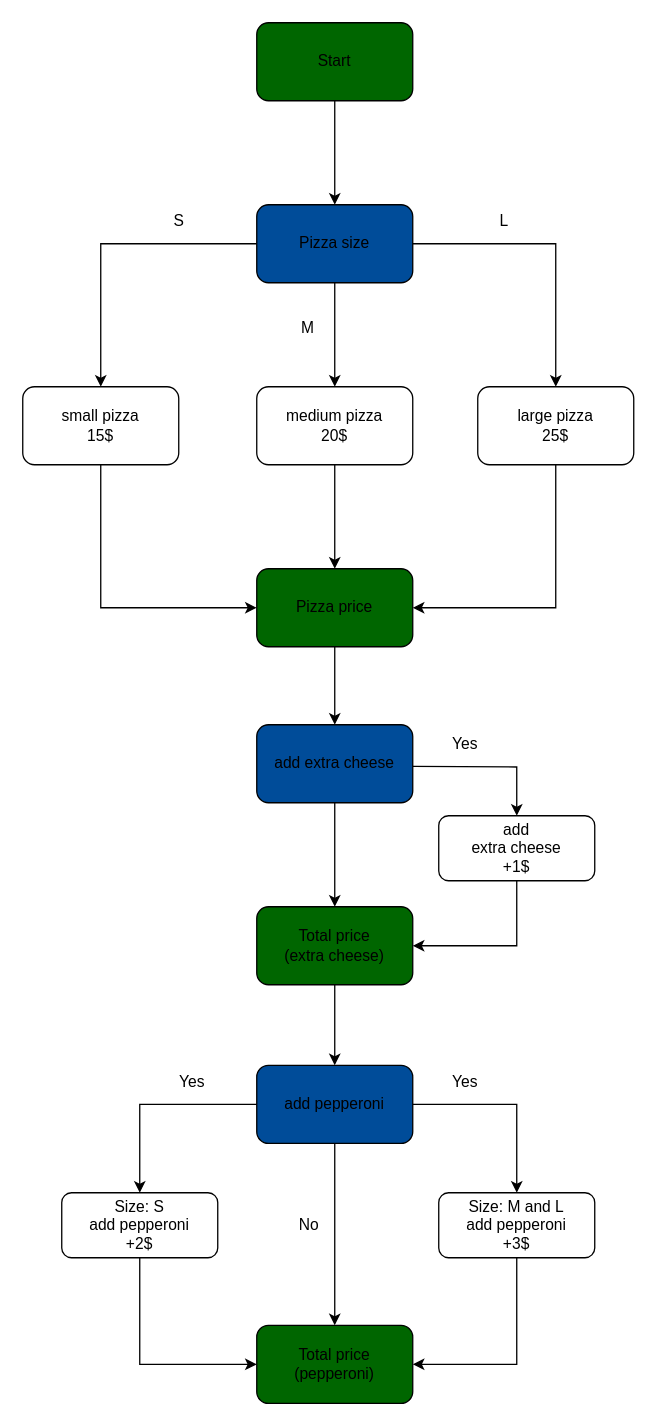
This is pizza_order_Diagram.drawio from emiliomorles/diagrams.net, a draw.io file, before an edit. Source tidied: cells renumbered, new cells numbered last; positions are measured from the earlier drawing's top-left corner, leaving out a move shared by most shapes. Both pictures are drawn from the tidied source at 130%, with x=0, y=0 at pixel (22, 22).
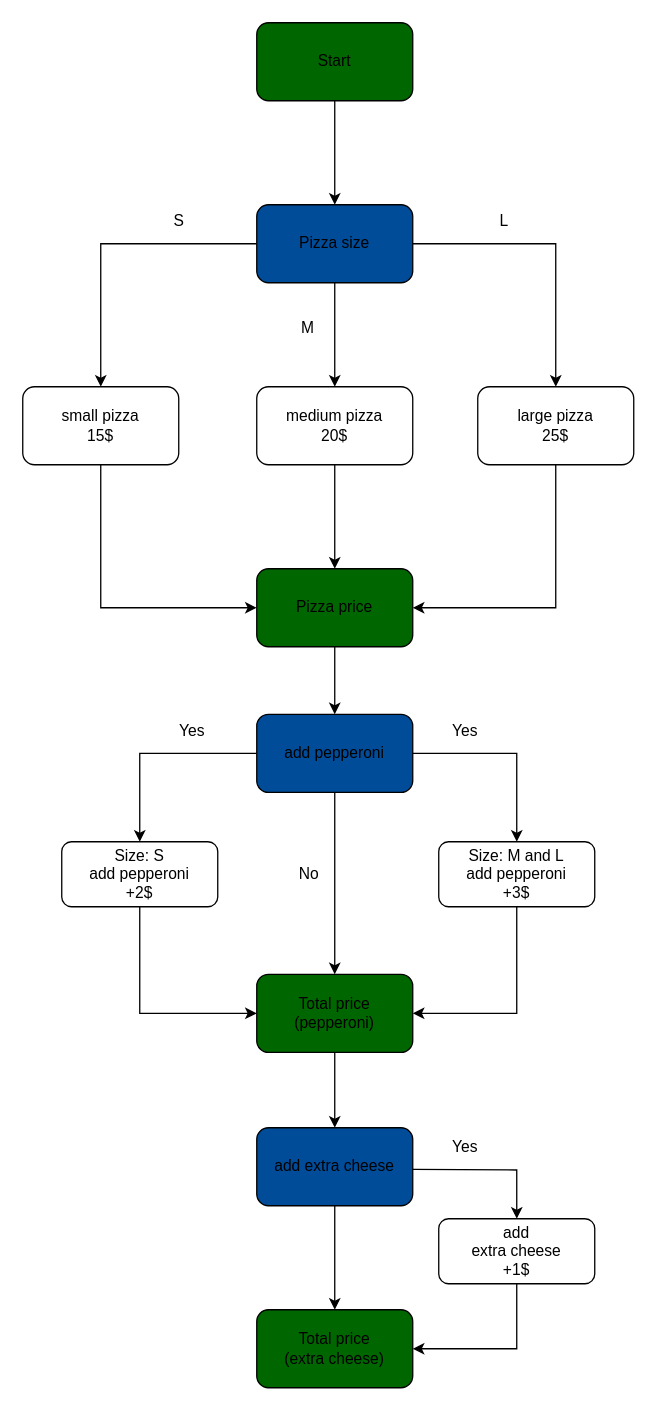
Above is the later version.

The change refers to these unchanged cells:
```xml
<mxCell id="15" value="Pizza price" style="whiteSpace=wrap;html=1;rounded=1;fillColor=#006600;" parent="1" vertex="1">
  <mxGeometry x="180" y="420" width="120" height="60" as="geometry" />
</mxCell>
```

Change to the diagram source:
```diff
@@
-    <mxCell id="14" style="edgeStyle=orthogonalEdgeStyle;rounded=0;jettySize=auto;html=1;exitX=0.5;exitY=1;exitDx=0;exitDy=0;entryX=0.5;entryY=0;entryDx=0;entryDy=0;" parent="1" edge="1" source="15" target="32">
-      <mxGeometry relative="1" as="geometry" />
-    </mxCell>
+    <mxCell id="39" style="edgeStyle=orthogonalEdgeStyle;rounded=0;jettySize=auto;html=1;exitX=0.5;exitY=1;exitDx=0;exitDy=0;entryX=0.5;entryY=0;entryDx=0;entryDy=0;" parent="1" edge="1" source="15" target="22">
+      <mxGeometry relative="1" as="geometry" />
+    </mxCell>
@@
+    <mxCell id="31" style="edgeStyle=orthogonalEdgeStyle;rounded=0;jettySize=auto;html=1;" parent="1" edge="1" source="32" target="38">
+      <mxGeometry relative="1" as="geometry" />
+    </mxCell>
+    <mxCell id="32" value="add extra cheese" style="whiteSpace=wrap;html=1;rounded=1;fillColor=#004C99;" parent="1" vertex="1">
+      <mxGeometry x="180" y="850" width="120" height="60" as="geometry" />
+    </mxCell>
+    <mxCell id="33" style="edgeStyle=orthogonalEdgeStyle;rounded=0;jettySize=auto;html=1;" parent="1" edge="1" target="35">
+      <mxGeometry relative="1" as="geometry">
+        <mxPoint x="300" y="882" as="sourcePoint" />
+      </mxGeometry>
+    </mxCell>
+    <mxCell id="34" style="edgeStyle=orthogonalEdgeStyle;rounded=0;jettySize=auto;html=1;exitX=0.5;exitY=1;exitDx=0;exitDy=0;entryX=1;entryY=0.5;entryDx=0;entryDy=0;" parent="1" edge="1" source="35" target="38">
+      <mxGeometry relative="1" as="geometry" />
+    </mxCell>
+    <mxCell id="35" value="add&lt;br&gt;extra cheese&lt;br&gt;+1$" style="whiteSpace=wrap;html=1;rounded=1;" parent="1" vertex="1">
+      <mxGeometry x="320" y="920" width="120" height="50" as="geometry" />
+    </mxCell>
+    <mxCell id="36" value="Yes" style="text;html=1;align=center;verticalAlign=middle;strokeColor=none;fillColor=none;" parent="1" vertex="1">
+      <mxGeometry x="320" y="850" width="40" height="30" as="geometry" />
+    </mxCell>
+    <mxCell id="38" value="Total price&lt;br&gt;(extra cheese)" style="whiteSpace=wrap;html=1;rounded=1;fillColor=#006600;" parent="1" vertex="1">
+      <mxGeometry x="180" y="990" width="120" height="60" as="geometry" />
+    </mxCell>
@@
     <mxCell id="22" value="add pepperoni" style="whiteSpace=wrap;html=1;rounded=1;fillColor=#004C99;" parent="1" vertex="1">
-      <mxGeometry x="180" y="802" width="120" height="60" as="geometry" />
+      <mxGeometry x="180" y="532" width="120" height="60" as="geometry" />
     </mxCell>
@@
     <mxCell id="24" value="Size: M and L&lt;br&gt;add pepperoni&lt;br&gt;+3$" style="whiteSpace=wrap;html=1;rounded=1;" parent="1" vertex="1">
-      <mxGeometry x="320" y="900" width="120" height="50" as="geometry" />
+      <mxGeometry x="320" y="630" width="120" height="50" as="geometry" />
     </mxCell>
-    <mxCell id="25" value="Yes" style="text;html=1;align=center;verticalAlign=middle;strokeColor=none;fillColor=none;" parent="1" vertex="1">
-      <mxGeometry x="320" y="800" width="40" height="30" as="geometry" />
-    </mxCell>
+    <mxCell id="40" value="Yes" style="text;html=1;align=center;verticalAlign=middle;strokeColor=none;fillColor=none;" parent="1" vertex="1">
+      <mxGeometry x="320" y="530" width="40" height="30" as="geometry" />
+    </mxCell>
+    <mxCell id="41" style="edgeStyle=orthogonalEdgeStyle;rounded=0;jettySize=auto;html=1;exitX=0.5;exitY=1;exitDx=0;exitDy=0;entryX=0.5;entryY=0;entryDx=0;entryDy=0;" parent="1" edge="1" source="26" target="32">
+      <mxGeometry relative="1" as="geometry" />
+    </mxCell>
     <mxCell id="26" value="Total price &lt;br&gt;(pepperoni)" style="whiteSpace=wrap;html=1;rounded=1;fillColor=#006600;" parent="1" vertex="1">
-      <mxGeometry x="180" y="1002" width="120" height="60" as="geometry" />
+      <mxGeometry x="180" y="732" width="120" height="60" as="geometry" />
     </mxCell>
     <mxCell id="27" value="No" style="text;html=1;align=center;verticalAlign=middle;strokeColor=none;fillColor=none;" parent="1" vertex="1">
-      <mxGeometry x="200" y="910" width="40" height="30" as="geometry" />
+      <mxGeometry x="200" y="640" width="40" height="30" as="geometry" />
     </mxCell>
@@
     <mxCell id="29" value="Size: S&lt;br&gt;add pepperoni&lt;br&gt;+2$" style="whiteSpace=wrap;html=1;rounded=1;" parent="1" vertex="1">
-      <mxGeometry x="30" y="900" width="120" height="50" as="geometry" />
+      <mxGeometry x="30" y="630" width="120" height="50" as="geometry" />
     </mxCell>
-    <mxCell id="30" value="Yes" style="text;html=1;align=center;verticalAlign=middle;strokeColor=none;fillColor=none;" parent="1" vertex="1">
-      <mxGeometry x="110" y="800" width="40" height="30" as="geometry" />
-    </mxCell>
-    <mxCell id="31" style="edgeStyle=orthogonalEdgeStyle;rounded=0;jettySize=auto;html=1;" parent="1" edge="1" source="32" target="38">
-      <mxGeometry relative="1" as="geometry" />
-    </mxCell>
-    <mxCell id="32" value="add extra cheese" style="whiteSpace=wrap;html=1;rounded=1;fillColor=#004C99;" parent="1" vertex="1">
-      <mxGeometry x="180" y="540" width="120" height="60" as="geometry" />
-    </mxCell>
-    <mxCell id="33" style="edgeStyle=orthogonalEdgeStyle;rounded=0;jettySize=auto;html=1;" parent="1" edge="1" target="35">
-      <mxGeometry relative="1" as="geometry">
-        <mxPoint x="300" y="572" as="sourcePoint" />
-      </mxGeometry>
-    </mxCell>
-    <mxCell id="34" style="edgeStyle=orthogonalEdgeStyle;rounded=0;jettySize=auto;html=1;exitX=0.5;exitY=1;exitDx=0;exitDy=0;entryX=1;entryY=0.5;entryDx=0;entryDy=0;" parent="1" edge="1" source="35" target="38">
-      <mxGeometry relative="1" as="geometry" />
-    </mxCell>
-    <mxCell id="35" value="add&lt;br&gt;extra cheese&lt;br&gt;+1$" style="whiteSpace=wrap;html=1;rounded=1;" parent="1" vertex="1">
-      <mxGeometry x="320" y="610" width="120" height="50" as="geometry" />
-    </mxCell>
-    <mxCell id="36" value="Yes" style="text;html=1;align=center;verticalAlign=middle;strokeColor=none;fillColor=none;" parent="1" vertex="1">
-      <mxGeometry x="320" y="540" width="40" height="30" as="geometry" />
-    </mxCell>
-    <mxCell id="37" style="edgeStyle=orthogonalEdgeStyle;rounded=0;jettySize=auto;html=1;exitX=0.5;exitY=1;exitDx=0;exitDy=0;entryX=0.5;entryY=0;entryDx=0;entryDy=0;" parent="1" edge="1" source="38" target="22">
-      <mxGeometry relative="1" as="geometry" />
-    </mxCell>
-    <mxCell id="38" value="Total price&lt;br&gt;(extra cheese)" style="whiteSpace=wrap;html=1;rounded=1;fillColor=#006600;" parent="1" vertex="1">
-      <mxGeometry x="180" y="680" width="120" height="60" as="geometry" />
-    </mxCell>
+    <mxCell id="42" value="Yes" style="text;html=1;align=center;verticalAlign=middle;strokeColor=none;fillColor=none;" parent="1" vertex="1">
+      <mxGeometry x="110" y="530" width="40" height="30" as="geometry" />
+    </mxCell>
```
